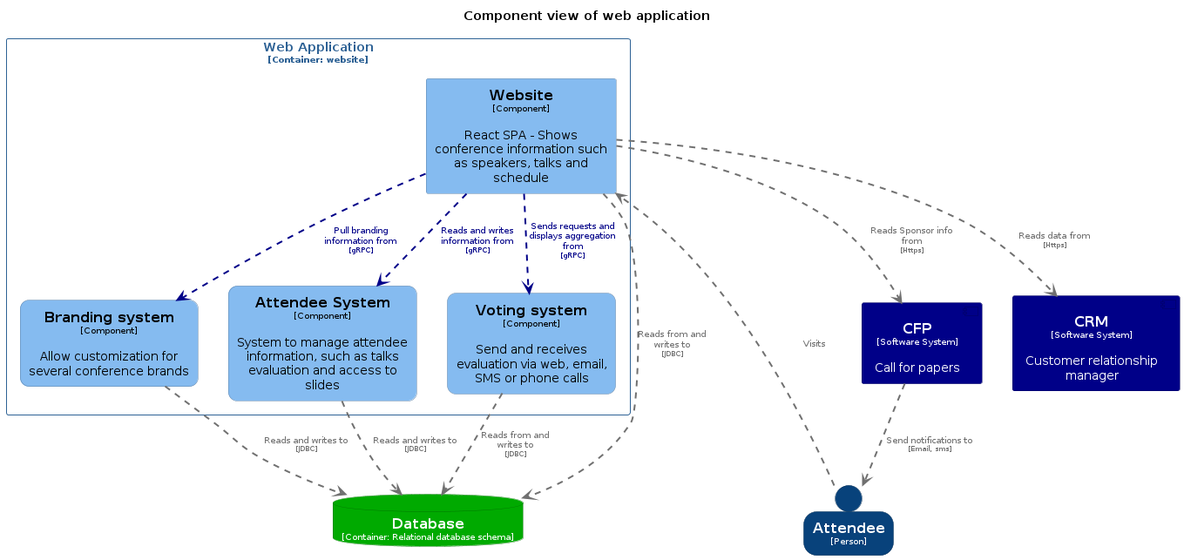
The PlantUML diagram workspace/images/structurizr-Component-002.png in anyulled/conference-kata, before a commit.
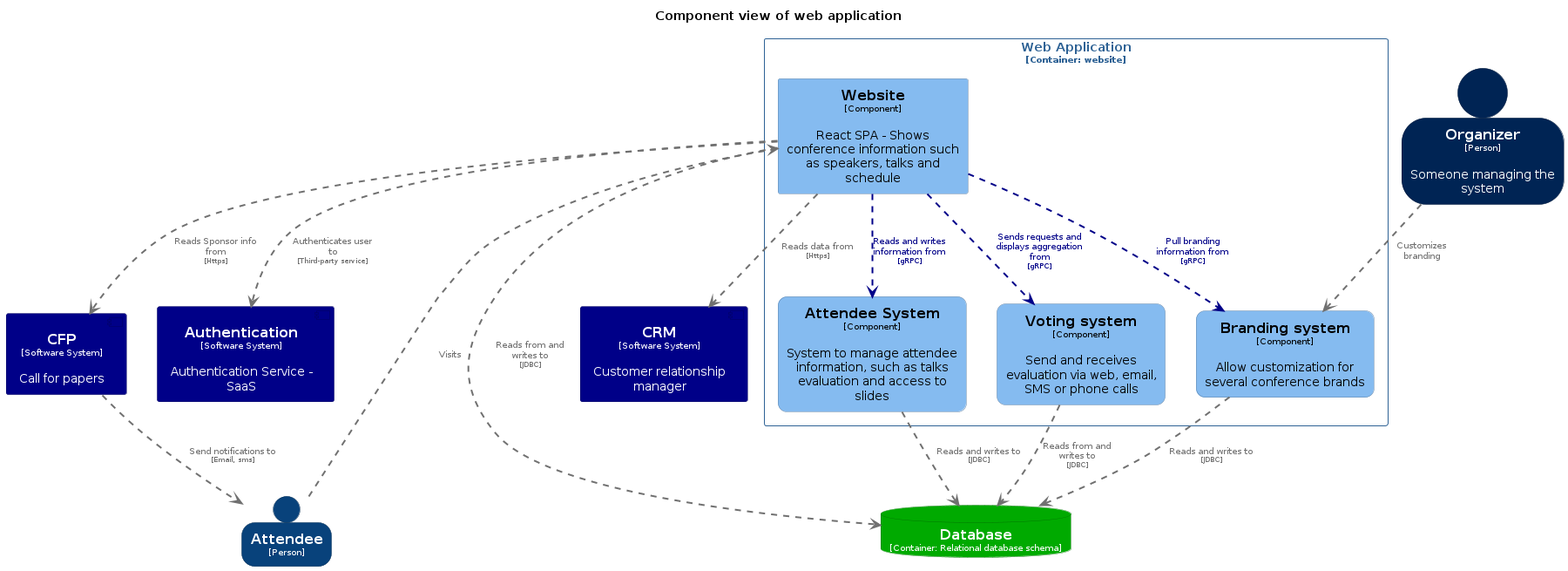
After the commit.

Commit message:
chores(C4 diagrams): Update Structurizr diagrams

Diff of the diagram source:
```diff
@@ -26,6 +26,12 @@
   roundCorner 20
   shadowing false
 }
+skinparam component<<Authentication>> {
+  BackgroundColor #000088
+  FontColor #ffffff
+  BorderColor #00005f
+  shadowing false
+}
 skinparam rectangle<<ConferenceSystem.WebApplication.Brandingsystem>> {
   BackgroundColor #85bbf0
   FontColor #000000
@@ -51,6 +57,12 @@
   BorderColor #007600
   shadowing false
 }
+skinparam person<<Organizer>> {
+  BackgroundColor #002454
+  FontColor #ffffff
+  BorderColor #00193a
+  shadowing false
+}
 skinparam rectangle<<ConferenceSystem.WebApplication.Votingsystem>> {
   BackgroundColor #85bbf0
   FontColor #000000
@@ -71,25 +83,29 @@
 }
 
 person "==Attendee\n<size:10>[Person]</size>" <<Attendee>> as Attendee
+component "==CRM\n<size:10>[Software System]</size>\n\nCustomer relationship manager" <<CRM>> as CRM
+component "==CFP\n<size:10>[Software System]</size>\n\nCall for papers" <<CFP>> as CFP
+person "==Organizer\n<size:10>[Person]</size>\n\nSomeone managing the system" <<Organizer>> as Organizer
+component "==Authentication\n<size:10>[Software System]</size>\n\nAuthentication Service - SaaS" <<Authentication>> as Authentication
 database "==Database\n<size:10>[Container: Relational database schema]</size>" <<ConferenceSystem.Database>> as ConferenceSystem.Database
-component "==CFP\n<size:10>[Software System]</size>\n\nCall for papers" <<CFP>> as CFP
-component "==CRM\n<size:10>[Software System]</size>\n\nCustomer relationship manager" <<CRM>> as CRM
 
 rectangle "Web Application\n<size:10>[Container: website]</size>" <<ConferenceSystem.WebApplication>> {
+  rectangle "==Branding system\n<size:10>[Component]</size>\n\nAllow customization for several conference brands" <<ConferenceSystem.WebApplication.Brandingsystem>> as ConferenceSystem.WebApplication.Brandingsystem
   rectangle "==Website\n<size:10>[Component]</size>\n\nReact SPA - Shows conference information such as speakers, talks and schedule" <<ConferenceSystem.WebApplication.Website>> as ConferenceSystem.WebApplication.Website
   rectangle "==Attendee System\n<size:10>[Component]</size>\n\nSystem to manage attendee information, such as talks evaluation and access to slides" <<ConferenceSystem.WebApplication.AttendeeSystem>> as ConferenceSystem.WebApplication.AttendeeSystem
   rectangle "==Voting system\n<size:10>[Component]</size>\n\nSend and receives evaluation via web, email, SMS or phone calls" <<ConferenceSystem.WebApplication.Votingsystem>> as ConferenceSystem.WebApplication.Votingsystem
-  rectangle "==Branding system\n<size:10>[Component]</size>\n\nAllow customization for several conference brands" <<ConferenceSystem.WebApplication.Brandingsystem>> as ConferenceSystem.WebApplication.Brandingsystem
 }
 
 ConferenceSystem.WebApplication.Website .[#000088,thickness=2].> ConferenceSystem.WebApplication.Brandingsystem : "<color:#000088>Pull branding information from\n<color:#000088><size:8>[gRPC]</size>"
 ConferenceSystem.WebApplication.Website .[#000088,thickness=2].> ConferenceSystem.WebApplication.AttendeeSystem : "<color:#000088>Reads and writes information from\n<color:#000088><size:8>[gRPC]</size>"
 ConferenceSystem.WebApplication.Website .[#000088,thickness=2].> ConferenceSystem.WebApplication.Votingsystem : "<color:#000088>Sends requests and displays aggregation from\n<color:#000088><size:8>[gRPC]</size>"
 Attendee .[#707070,thickness=2].> ConferenceSystem.WebApplication.Website : "<color:#707070>Visits"
+Organizer .[#707070,thickness=2].> ConferenceSystem.WebApplication.Brandingsystem : "<color:#707070>Customizes branding"
 ConferenceSystem.WebApplication.Website .[#707070,thickness=2].> ConferenceSystem.Database : "<color:#707070>Reads from and writes to\n<color:#707070><size:8>[JDBC]</size>"
 ConferenceSystem.WebApplication.Brandingsystem .[#707070,thickness=2].> ConferenceSystem.Database : "<color:#707070>Reads and writes to\n<color:#707070><size:8>[JDBC]</size>"
 ConferenceSystem.WebApplication.AttendeeSystem .[#707070,thickness=2].> ConferenceSystem.Database : "<color:#707070>Reads and writes to\n<color:#707070><size:8>[JDBC]</size>"
 ConferenceSystem.WebApplication.Votingsystem .[#707070,thickness=2].> ConferenceSystem.Database : "<color:#707070>Reads from and writes to\n<color:#707070><size:8>[JDBC]</size>"
+ConferenceSystem.WebApplication.Website .[#707070,thickness=2].> Authentication : "<color:#707070>Authenticates user to\n<color:#707070><size:8>[Third-party service]</size>"
 ConferenceSystem.WebApplication.Website .[#707070,thickness=2].> CRM : "<color:#707070>Reads data from\n<color:#707070><size:8>[Https]</size>"
 CFP .[#707070,thickness=2].> Attendee : "<color:#707070>Send notifications to\n<color:#707070><size:8>[Email, sms]</size>"
 ConferenceSystem.WebApplication.Website .[#707070,thickness=2].> CFP : "<color:#707070>Reads Sponsor info from\n<color:#707070><size:8>[Https]</size>"
```
